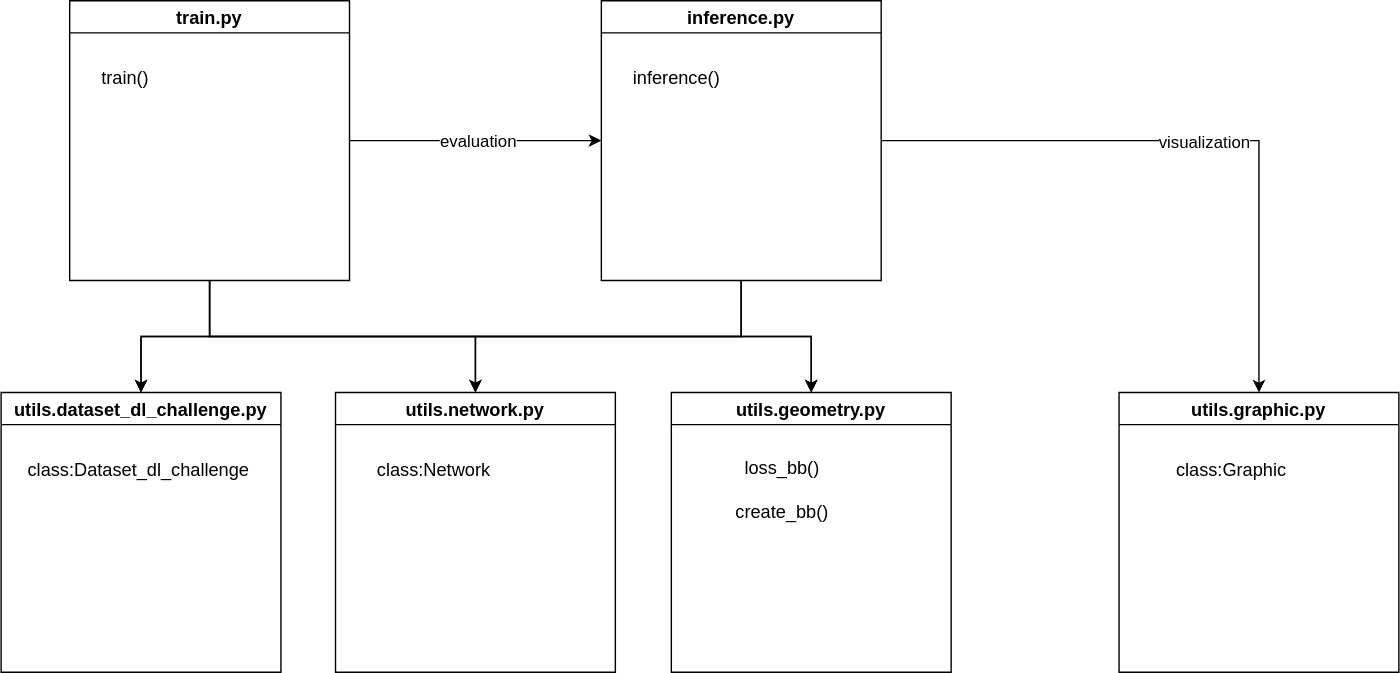
Z5cc/3d-bboxes keeps this draw.io diagram as docu/code-structure.drawio.svg. Above is the earlier version. Source tidied: cells renumbered, new cells last; positions are measured from the earlier drawing's top-left corner, leaving out a move shared by most shapes.
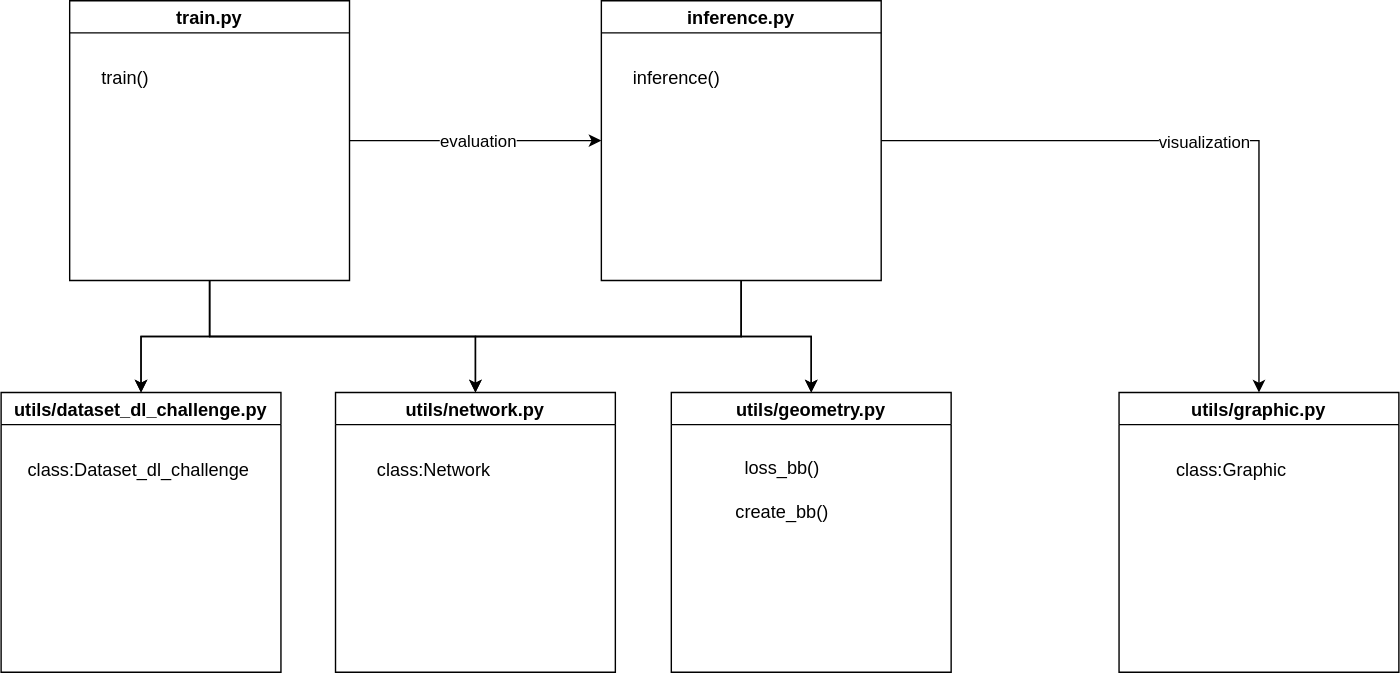
Above is the later version.

Commit message:
code structure diagram

The edit, as a diff of the source:
```diff
@@ -44,25 +44,25 @@
     <mxCell id="15" value="&lt;font style=&quot;font-size: 13px;&quot;&gt;inference()&lt;/font&gt;" style="text;html=1;whiteSpace=wrap;strokeColor=none;fillColor=none;align=center;verticalAlign=middle;rounded=0;" parent="14" vertex="1">
       <mxGeometry x="24" y="40" width="60" height="30" as="geometry" />
     </mxCell>
-    <mxCell id="16" value="&lt;font style=&quot;font-size: 13px;&quot;&gt;utils.dataset_dl_challenge.py&lt;/font&gt;" style="swimlane;whiteSpace=wrap;html=1;" parent="1" vertex="1">
+    <mxCell id="16" value="&lt;font style=&quot;font-size: 13px;&quot;&gt;utils/dataset_dl_challenge.py&lt;/font&gt;" style="swimlane;whiteSpace=wrap;html=1;" parent="1" vertex="1">
       <mxGeometry y="280" width="200" height="200" as="geometry" />
     </mxCell>
     <mxCell id="17" value="&lt;font style=&quot;font-size: 13px;&quot;&gt;class:Dataset_dl_challenge&lt;/font&gt;" style="text;html=1;whiteSpace=wrap;strokeColor=none;fillColor=none;align=center;verticalAlign=middle;rounded=0;" parent="16" vertex="1">
       <mxGeometry x="18" y="40" width="161" height="30" as="geometry" />
     </mxCell>
-    <mxCell id="18" value="&lt;font style=&quot;font-size: 13px;&quot;&gt;utils.geometry.py&lt;/font&gt;" style="swimlane;whiteSpace=wrap;html=1;" parent="1" vertex="1">
+    <mxCell id="18" value="&lt;font style=&quot;font-size: 13px;&quot;&gt;utils/geometry.py&lt;/font&gt;" style="swimlane;whiteSpace=wrap;html=1;" parent="1" vertex="1">
       <mxGeometry x="479" y="280" width="200" height="200" as="geometry" />
     </mxCell>
     <mxCell id="19" value="&lt;font style=&quot;font-size: 13px;&quot;&gt;loss_bb()&lt;br&gt;&lt;br&gt;create_bb()&lt;/font&gt;" style="text;html=1;whiteSpace=wrap;strokeColor=none;fillColor=none;align=center;verticalAlign=middle;rounded=0;" parent="18" vertex="1">
       <mxGeometry x="-1" y="40" width="161" height="60" as="geometry" />
     </mxCell>
-    <mxCell id="20" value="&lt;font style=&quot;font-size: 13px;&quot;&gt;utils.graphic.py&lt;/font&gt;" style="swimlane;whiteSpace=wrap;html=1;" parent="1" vertex="1">
+    <mxCell id="20" value="&lt;font style=&quot;font-size: 13px;&quot;&gt;utils/graphic.py&lt;/font&gt;" style="swimlane;whiteSpace=wrap;html=1;" parent="1" vertex="1">
       <mxGeometry x="799" y="280" width="200" height="200" as="geometry" />
     </mxCell>
     <mxCell id="21" value="&lt;font style=&quot;font-size: 13px;&quot;&gt;class:Graphic&lt;/font&gt;" style="text;html=1;whiteSpace=wrap;strokeColor=none;fillColor=none;align=center;verticalAlign=middle;rounded=0;" parent="20" vertex="1">
       <mxGeometry y="40" width="161" height="30" as="geometry" />
     </mxCell>
-    <mxCell id="22" value="&lt;font style=&quot;font-size: 13px;&quot;&gt;utils.network.py&lt;/font&gt;" style="swimlane;whiteSpace=wrap;html=1;" parent="1" vertex="1">
+    <mxCell id="22" value="&lt;font style=&quot;font-size: 13px;&quot;&gt;utils/network.py&lt;/font&gt;" style="swimlane;whiteSpace=wrap;html=1;" parent="1" vertex="1">
       <mxGeometry x="239" y="280" width="200" height="200" as="geometry" />
     </mxCell>
     <mxCell id="23" value="&lt;font style=&quot;font-size: 13px;&quot;&gt;class:Network&lt;/font&gt;" style="text;html=1;whiteSpace=wrap;strokeColor=none;fillColor=none;align=center;verticalAlign=middle;rounded=0;" parent="22" vertex="1">
```
